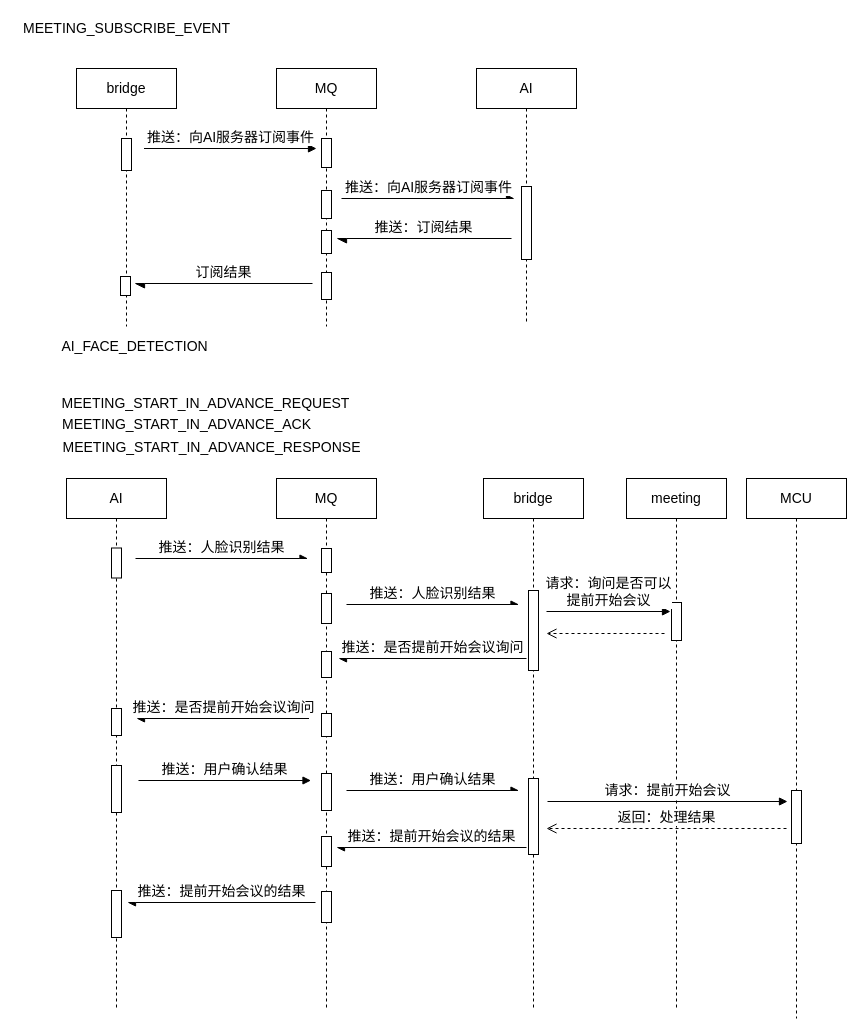
Above: page "提前开始会议" (1 of 3) of AI-meeting/AI-meeting.drawio in waterwatermelon/graph (draw.io), before the change. Source tidied: cells renumbered, new cells numbered last; positions are measured from the earlier drawing's top-left corner, leaving out a move shared by most shapes. Both pictures are drawn from the tidied source at 100%, with x=0, y=0 at pixel (17, 17).
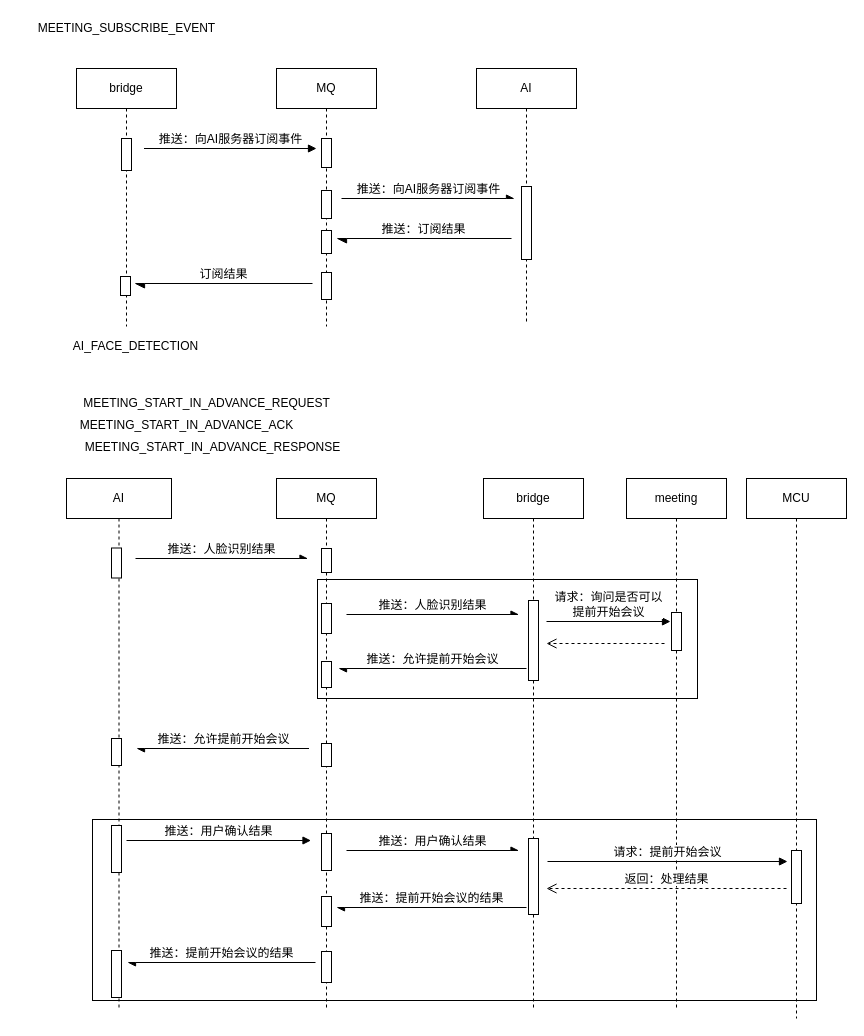
The same page after the edit.

Change to the diagram source:
```diff
@@
+    <mxCell id="53" style="rounded=0;whiteSpace=wrap;html=1;fontSize=12;" parent="1" vertex="1">
+      <mxGeometry x="75" y="802" width="724" height="181" as="geometry" />
+    </mxCell>
+    <mxCell id="54" style="rounded=0;whiteSpace=wrap;html=1;fontSize=12;" parent="1" vertex="1">
+      <mxGeometry x="300" y="562" width="380" height="119" as="geometry" />
+    </mxCell>
-    <mxCell id="2" value="AI" style="shape=umlLifeline;perimeter=lifelinePerimeter;whiteSpace=wrap;html=1;fontSize=14;" parent="1" vertex="1">
+    <mxCell id="2" value="AI" style="shape=umlLifeline;perimeter=lifelinePerimeter;whiteSpace=wrap;html=1;fontSize=12;" parent="1" vertex="1">
       <mxGeometry x="459" y="51" width="100" height="253" as="geometry" />
     </mxCell>
-    <mxCell id="3" style="html=1;perimeter=orthogonalPerimeter;fontSize=14;" parent="2" vertex="1">
+    <mxCell id="3" style="html=1;perimeter=orthogonalPerimeter;fontSize=12;" parent="2" vertex="1">
       <mxGeometry x="45" y="118" width="10" height="73" as="geometry" />
     </mxCell>
-    <mxCell id="4" value="bridge" style="shape=umlLifeline;perimeter=lifelinePerimeter;whiteSpace=wrap;html=1;fontSize=14;" parent="1" vertex="1">
+    <mxCell id="4" value="bridge" style="shape=umlLifeline;perimeter=lifelinePerimeter;whiteSpace=wrap;html=1;fontSize=12;" parent="1" vertex="1">
       <mxGeometry x="59" y="51" width="100" height="258" as="geometry" />
     </mxCell>
-    <mxCell id="5" style="html=1;perimeter=orthogonalPerimeter;fontSize=14;" parent="4" vertex="1">
+    <mxCell id="5" style="html=1;perimeter=orthogonalPerimeter;fontSize=12;" parent="4" vertex="1">
       <mxGeometry x="45" y="70" width="10" height="32" as="geometry" />
     </mxCell>
-    <mxCell id="6" style="html=1;perimeter=orthogonalPerimeter;fontSize=14;" parent="4" vertex="1">
+    <mxCell id="6" style="html=1;perimeter=orthogonalPerimeter;fontSize=12;" parent="4" vertex="1">
       <mxGeometry x="44" y="208" width="10" height="19" as="geometry" />
     </mxCell>
-    <mxCell id="7" value="MQ" style="shape=umlLifeline;perimeter=lifelinePerimeter;whiteSpace=wrap;html=1;fontSize=14;" parent="1" vertex="1">
+    <mxCell id="7" value="MQ" style="shape=umlLifeline;perimeter=lifelinePerimeter;whiteSpace=wrap;html=1;fontSize=12;" parent="1" vertex="1">
       <mxGeometry x="259" y="51" width="100" height="258" as="geometry" />
     </mxCell>
-    <mxCell id="8" style="html=1;perimeter=orthogonalPerimeter;fontSize=14;" parent="7" vertex="1">
+    <mxCell id="8" style="html=1;perimeter=orthogonalPerimeter;fontSize=12;" parent="7" vertex="1">
       <mxGeometry x="45" y="70" width="10" height="29" as="geometry" />
     </mxCell>
-    <mxCell id="9" style="html=1;perimeter=orthogonalPerimeter;fontSize=14;" parent="7" vertex="1">
+    <mxCell id="9" style="html=1;perimeter=orthogonalPerimeter;fontSize=12;" parent="7" vertex="1">
       <mxGeometry x="45" y="122" width="10" height="28" as="geometry" />
     </mxCell>
-    <mxCell id="10" style="html=1;perimeter=orthogonalPerimeter;fontSize=14;" parent="7" vertex="1">
+    <mxCell id="10" style="html=1;perimeter=orthogonalPerimeter;fontSize=12;" parent="7" vertex="1">
       <mxGeometry x="45" y="204" width="10" height="27" as="geometry" />
     </mxCell>
-    <mxCell id="11" style="html=1;perimeter=orthogonalPerimeter;fontSize=14;" parent="7" vertex="1">
+    <mxCell id="11" style="html=1;perimeter=orthogonalPerimeter;fontSize=12;" parent="7" vertex="1">
       <mxGeometry x="45" y="162" width="10" height="23" as="geometry" />
     </mxCell>
-    <mxCell id="12" value="推送：向AI服务器订阅事件" style="html=1;verticalAlign=bottom;endArrow=block;fontSize=14;" parent="1" edge="1">
+    <mxCell id="12" value="推送：向AI服务器订阅事件" style="html=1;verticalAlign=bottom;endArrow=block;fontSize=12;" parent="1" edge="1">
       <mxGeometry relative="1" as="geometry">
         <mxPoint x="126.5" y="131" as="sourcePoint" />
         <mxPoint x="299" y="131" as="targetPoint" />
       </mxGeometry>
     </mxCell>
-    <mxCell id="13" value="推送：向AI服务器订阅事件" style="html=1;verticalAlign=bottom;endArrow=async;fontSize=14;endFill=1;" parent="1" edge="1">
+    <mxCell id="13" value="推送：向AI服务器订阅事件" style="html=1;verticalAlign=bottom;endArrow=async;fontSize=12;endFill=1;" parent="1" edge="1">
       <mxGeometry relative="1" as="geometry">
         <mxPoint x="324" y="181" as="sourcePoint" />
         <mxPoint x="497" y="181" as="targetPoint" />
       </mxGeometry>
     </mxCell>
-    <mxCell id="14" value="推送：订阅结果" style="html=1;verticalAlign=bottom;endArrow=async;endSize=8;fontSize=14;endFill=1;" parent="1" edge="1">
+    <mxCell id="14" value="推送：订阅结果" style="html=1;verticalAlign=bottom;endArrow=async;endSize=8;fontSize=12;endFill=1;" parent="1" edge="1">
       <mxGeometry relative="1" as="geometry">
         <mxPoint x="494" y="221" as="sourcePoint" />
         <mxPoint x="319" y="221" as="targetPoint" />
       </mxGeometry>
     </mxCell>
-    <mxCell id="15" value="订阅结果" style="html=1;verticalAlign=bottom;endArrow=async;endSize=8;fontSize=14;endFill=1;" parent="1" edge="1">
+    <mxCell id="15" value="订阅结果" style="html=1;verticalAlign=bottom;endArrow=async;endSize=8;fontSize=12;endFill=1;" parent="1" edge="1">
       <mxGeometry relative="1" as="geometry">
         <mxPoint x="295" y="266" as="sourcePoint" />
         <mxPoint x="117" y="266" as="targetPoint" />
       </mxGeometry>
     </mxCell>
-    <mxCell id="16" value="AI" style="shape=umlLifeline;perimeter=lifelinePerimeter;whiteSpace=wrap;html=1;fontSize=14;" parent="1" vertex="1">
-      <mxGeometry x="49" y="461" width="100" height="530" as="geometry" />
+    <mxCell id="16" value="AI" style="shape=umlLifeline;perimeter=lifelinePerimeter;whiteSpace=wrap;html=1;fontSize=12;" parent="1" vertex="1">
+      <mxGeometry x="49" y="461" width="105" height="530" as="geometry" />
     </mxCell>
-    <mxCell id="17" style="html=1;perimeter=orthogonalPerimeter;fontSize=14;" parent="16" vertex="1">
+    <mxCell id="17" style="html=1;perimeter=orthogonalPerimeter;fontSize=12;" parent="16" vertex="1">
       <mxGeometry x="45" y="69.5" width="10" height="30" as="geometry" />
     </mxCell>
-    <mxCell id="18" style="html=1;perimeter=orthogonalPerimeter;fontSize=14;" parent="16" vertex="1">
-      <mxGeometry x="45" y="230" width="10" height="27" as="geometry" />
+    <mxCell id="18" style="html=1;perimeter=orthogonalPerimeter;fontSize=12;" parent="16" vertex="1">
+      <mxGeometry x="45" y="260" width="10" height="27" as="geometry" />
     </mxCell>
-    <mxCell id="19" style="html=1;perimeter=orthogonalPerimeter;fontSize=14;" parent="16" vertex="1">
-      <mxGeometry x="45" y="287" width="10" height="47" as="geometry" />
+    <mxCell id="19" style="html=1;perimeter=orthogonalPerimeter;fontSize=12;" parent="16" vertex="1">
+      <mxGeometry x="45" y="347" width="10" height="47" as="geometry" />
     </mxCell>
-    <mxCell id="20" style="html=1;perimeter=orthogonalPerimeter;fontSize=14;" parent="16" vertex="1">
-      <mxGeometry x="45" y="412" width="10" height="47" as="geometry" />
+    <mxCell id="20" style="html=1;perimeter=orthogonalPerimeter;fontSize=12;" parent="16" vertex="1">
+      <mxGeometry x="45" y="472" width="10" height="47" as="geometry" />
     </mxCell>
-    <mxCell id="21" value="bridge" style="shape=umlLifeline;perimeter=lifelinePerimeter;whiteSpace=wrap;html=1;fontSize=14;" parent="1" vertex="1">
+    <mxCell id="21" value="bridge" style="shape=umlLifeline;perimeter=lifelinePerimeter;whiteSpace=wrap;html=1;fontSize=12;" parent="1" vertex="1">
       <mxGeometry x="466" y="461" width="100" height="530" as="geometry" />
     </mxCell>
-    <mxCell id="22" style="html=1;perimeter=orthogonalPerimeter;fontSize=14;" parent="21" vertex="1">
-      <mxGeometry x="45" y="112" width="10" height="80" as="geometry" />
+    <mxCell id="22" style="html=1;perimeter=orthogonalPerimeter;fontSize=12;" parent="21" vertex="1">
+      <mxGeometry x="45" y="122" width="10" height="80" as="geometry" />
     </mxCell>
-    <mxCell id="23" style="html=1;perimeter=orthogonalPerimeter;fontSize=14;" parent="21" vertex="1">
-      <mxGeometry x="45" y="300" width="10" height="76" as="geometry" />
+    <mxCell id="23" style="html=1;perimeter=orthogonalPerimeter;fontSize=12;" parent="21" vertex="1">
+      <mxGeometry x="45" y="360" width="10" height="76" as="geometry" />
     </mxCell>
-    <mxCell id="24" value="MQ" style="shape=umlLifeline;perimeter=lifelinePerimeter;whiteSpace=wrap;html=1;fontSize=14;" parent="1" vertex="1">
+    <mxCell id="24" value="MQ" style="shape=umlLifeline;perimeter=lifelinePerimeter;whiteSpace=wrap;html=1;fontSize=12;" parent="1" vertex="1">
       <mxGeometry x="259" y="461" width="100" height="530" as="geometry" />
     </mxCell>
-    <mxCell id="25" style="html=1;perimeter=orthogonalPerimeter;fontSize=14;" parent="24" vertex="1">
+    <mxCell id="25" style="html=1;perimeter=orthogonalPerimeter;fontSize=12;" parent="24" vertex="1">
       <mxGeometry x="45" y="70" width="10" height="24" as="geometry" />
     </mxCell>
-    <mxCell id="26" style="html=1;perimeter=orthogonalPerimeter;fontSize=14;" parent="24" vertex="1">
-      <mxGeometry x="45" y="173" width="10" height="26" as="geometry" />
+    <mxCell id="26" style="html=1;perimeter=orthogonalPerimeter;fontSize=12;" parent="24" vertex="1">
+      <mxGeometry x="45" y="183" width="10" height="26" as="geometry" />
     </mxCell>
-    <mxCell id="27" style="html=1;perimeter=orthogonalPerimeter;fontSize=14;" parent="24" vertex="1">
-      <mxGeometry x="45" y="235" width="10" height="23" as="geometry" />
+    <mxCell id="27" style="html=1;perimeter=orthogonalPerimeter;fontSize=12;" parent="24" vertex="1">
+      <mxGeometry x="45" y="265" width="10" height="23" as="geometry" />
     </mxCell>
-    <mxCell id="28" style="html=1;perimeter=orthogonalPerimeter;fontSize=14;" parent="24" vertex="1">
-      <mxGeometry x="45" y="295" width="10" height="37" as="geometry" />
+    <mxCell id="28" style="html=1;perimeter=orthogonalPerimeter;fontSize=12;" parent="24" vertex="1">
+      <mxGeometry x="45" y="355" width="10" height="37" as="geometry" />
     </mxCell>
-    <mxCell id="29" style="html=1;perimeter=orthogonalPerimeter;fontSize=14;" parent="24" vertex="1">
-      <mxGeometry x="45" y="115" width="10" height="30" as="geometry" />
+    <mxCell id="29" style="html=1;perimeter=orthogonalPerimeter;fontSize=12;" parent="24" vertex="1">
+      <mxGeometry x="45" y="125" width="10" height="30" as="geometry" />
     </mxCell>
-    <mxCell id="30" style="html=1;perimeter=orthogonalPerimeter;fontSize=14;" parent="24" vertex="1">
-      <mxGeometry x="45" y="358" width="10" height="30" as="geometry" />
+    <mxCell id="30" style="html=1;perimeter=orthogonalPerimeter;fontSize=12;" parent="24" vertex="1">
+      <mxGeometry x="45" y="418" width="10" height="30" as="geometry" />
     </mxCell>
-    <mxCell id="31" style="html=1;perimeter=orthogonalPerimeter;fontSize=14;" parent="24" vertex="1">
-      <mxGeometry x="45" y="413" width="10" height="31" as="geometry" />
+    <mxCell id="31" style="html=1;perimeter=orthogonalPerimeter;fontSize=12;" parent="24" vertex="1">
+      <mxGeometry x="45" y="473" width="10" height="31" as="geometry" />
     </mxCell>
-    <mxCell id="32" value="meeting" style="shape=umlLifeline;perimeter=lifelinePerimeter;whiteSpace=wrap;html=1;fontSize=14;" parent="1" vertex="1">
+    <mxCell id="32" value="meeting" style="shape=umlLifeline;perimeter=lifelinePerimeter;whiteSpace=wrap;html=1;fontSize=12;" parent="1" vertex="1">
       <mxGeometry x="609" y="461" width="100" height="530" as="geometry" />
     </mxCell>
-    <mxCell id="33" style="html=1;perimeter=orthogonalPerimeter;fontSize=14;" parent="32" vertex="1">
-      <mxGeometry x="45" y="124" width="10" height="38" as="geometry" />
+    <mxCell id="33" style="html=1;perimeter=orthogonalPerimeter;fontSize=12;" parent="32" vertex="1">
+      <mxGeometry x="45" y="134" width="10" height="38" as="geometry" />
     </mxCell>
-    <mxCell id="34" value="推送：人脸识别结果" style="html=1;verticalAlign=bottom;endArrow=async;fontSize=14;endFill=1;" parent="1" edge="1">
+    <mxCell id="34" value="推送：人脸识别结果" style="html=1;verticalAlign=bottom;endArrow=async;fontSize=12;endFill=1;" parent="1" edge="1">
       <mxGeometry relative="1" as="geometry">
         <mxPoint x="118" y="541" as="sourcePoint" />
         <mxPoint x="290.5" y="541" as="targetPoint" />
       </mxGeometry>
     </mxCell>
-    <mxCell id="35" value="推送：人脸识别结果" style="html=1;verticalAlign=bottom;endArrow=async;fontSize=14;endFill=1;" parent="1" edge="1">
+    <mxCell id="35" value="推送：人脸识别结果" style="html=1;verticalAlign=bottom;endArrow=async;fontSize=12;endFill=1;" parent="1" edge="1">
       <mxGeometry relative="1" as="geometry">
-        <mxPoint x="329" y="587" as="sourcePoint" />
-        <mxPoint x="501.5" y="587" as="targetPoint" />
+        <mxPoint x="329" y="597" as="sourcePoint" />
+        <mxPoint x="501.5" y="597" as="targetPoint" />
       </mxGeometry>
     </mxCell>
-    <mxCell id="36" value="请求：询问是否可以&lt;br&gt;提前开始会议" style="html=1;verticalAlign=bottom;endArrow=block;fontSize=14;" parent="1" edge="1">
+    <mxCell id="36" value="请求：询问是否可以&lt;br style=&quot;font-size: 12px;&quot;&gt;提前开始会议" style="html=1;verticalAlign=bottom;endArrow=block;fontSize=12;" parent="1" edge="1">
       <mxGeometry relative="1" as="geometry">
-        <mxPoint x="529" y="594" as="sourcePoint" />
-        <mxPoint x="653" y="594" as="targetPoint" />
+        <mxPoint x="529" y="604" as="sourcePoint" />
+        <mxPoint x="653" y="604" as="targetPoint" />
       </mxGeometry>
     </mxCell>
-    <mxCell id="37" style="html=1;verticalAlign=bottom;endArrow=open;dashed=1;endSize=8;fontSize=14;" parent="1" edge="1">
+    <mxCell id="37" style="html=1;verticalAlign=bottom;endArrow=open;dashed=1;endSize=8;fontSize=12;" parent="1" edge="1">
       <mxGeometry relative="1" as="geometry">
-        <mxPoint x="647" y="616" as="sourcePoint" />
-        <mxPoint x="529" y="616" as="targetPoint" />
+        <mxPoint x="647" y="626" as="sourcePoint" />
+        <mxPoint x="529" y="626" as="targetPoint" />
       </mxGeometry>
     </mxCell>
-    <mxCell id="38" value="推送：是否提前开始会议询问" style="html=1;verticalAlign=bottom;endArrow=async;fontSize=14;endFill=1;" parent="1" edge="1">
+    <mxCell id="38" value="推送：允许提前开始会议" style="html=1;verticalAlign=bottom;endArrow=async;fontSize=12;endFill=1;" parent="1" edge="1">
       <mxGeometry relative="1" as="geometry">
-        <mxPoint x="509" y="641" as="sourcePoint" />
-        <mxPoint x="321" y="641" as="targetPoint" />
+        <mxPoint x="509" y="651" as="sourcePoint" />
+        <mxPoint x="321" y="651" as="targetPoint" />
       </mxGeometry>
     </mxCell>
-    <mxCell id="39" value="推送：是否提前开始会议询问" style="html=1;verticalAlign=bottom;endArrow=async;fontSize=14;endFill=1;" parent="1" edge="1">
+    <mxCell id="39" value="推送：允许提前开始会议" style="html=1;verticalAlign=bottom;endArrow=async;fontSize=12;endFill=1;" parent="1" edge="1">
       <mxGeometry relative="1" as="geometry">
-        <mxPoint x="291.5" y="701" as="sourcePoint" />
-        <mxPoint x="119" y="701" as="targetPoint" />
+        <mxPoint x="291.5" y="731" as="sourcePoint" />
+        <mxPoint x="119" y="731" as="targetPoint" />
       </mxGeometry>
     </mxCell>
-    <mxCell id="40" value="推送：用户确认结果" style="html=1;verticalAlign=bottom;endArrow=async;fontSize=14;endFill=1;" parent="1" edge="1">
+    <mxCell id="40" value="推送：用户确认结果" style="html=1;verticalAlign=bottom;endArrow=async;fontSize=12;endFill=1;" parent="1" edge="1">
       <mxGeometry relative="1" as="geometry">
-        <mxPoint x="329" y="773" as="sourcePoint" />
-        <mxPoint x="501.5" y="773" as="targetPoint" />
+        <mxPoint x="329" y="833" as="sourcePoint" />
+        <mxPoint x="501.5" y="833" as="targetPoint" />
       </mxGeometry>
     </mxCell>
-    <mxCell id="41" value="MCU" style="shape=umlLifeline;perimeter=lifelinePerimeter;whiteSpace=wrap;html=1;fontSize=14;" parent="1" vertex="1">
+    <mxCell id="41" value="MCU" style="shape=umlLifeline;perimeter=lifelinePerimeter;whiteSpace=wrap;html=1;fontSize=12;" parent="1" vertex="1">
       <mxGeometry x="729" y="461" width="100" height="540" as="geometry" />
     </mxCell>
-    <mxCell id="42" style="html=1;perimeter=orthogonalPerimeter;fontSize=14;" parent="41" vertex="1">
-      <mxGeometry x="45" y="312" width="10" height="53" as="geometry" />
+    <mxCell id="42" style="html=1;perimeter=orthogonalPerimeter;fontSize=12;" parent="41" vertex="1">
+      <mxGeometry x="45" y="372" width="10" height="53" as="geometry" />
     </mxCell>
-    <mxCell id="43" value="请求：提前开始会议" style="html=1;verticalAlign=bottom;endArrow=block;fontSize=14;" parent="1" edge="1">
+    <mxCell id="43" value="请求：提前开始会议" style="html=1;verticalAlign=bottom;endArrow=block;fontSize=12;" parent="1" edge="1">
       <mxGeometry relative="1" as="geometry">
-        <mxPoint x="530" y="784" as="sourcePoint" />
-        <mxPoint x="770" y="784" as="targetPoint" />
+        <mxPoint x="530" y="844" as="sourcePoint" />
+        <mxPoint x="770" y="844" as="targetPoint" />
       </mxGeometry>
     </mxCell>
-    <mxCell id="44" value="返回：处理结果" style="html=1;verticalAlign=bottom;endArrow=open;dashed=1;endSize=8;fontSize=14;" parent="1" edge="1">
+    <mxCell id="44" value="返回：处理结果" style="html=1;verticalAlign=bottom;endArrow=open;dashed=1;endSize=8;fontSize=12;" parent="1" edge="1">
       <mxGeometry relative="1" as="geometry">
-        <mxPoint x="769" y="811" as="sourcePoint" />
-        <mxPoint x="529" y="811" as="targetPoint" />
+        <mxPoint x="769" y="871" as="sourcePoint" />
+        <mxPoint x="529" y="871" as="targetPoint" />
       </mxGeometry>
     </mxCell>
-    <mxCell id="45" value="推送：提前开始会议的结果" style="html=1;verticalAlign=bottom;endArrow=async;fontSize=14;endFill=1;" parent="1" edge="1">
+    <mxCell id="45" value="推送：提前开始会议的结果" style="html=1;verticalAlign=bottom;endArrow=async;fontSize=12;endFill=1;" parent="1" edge="1">
       <mxGeometry relative="1" as="geometry">
-        <mxPoint x="509" y="830" as="sourcePoint" />
-        <mxPoint x="319" y="830" as="targetPoint" />
+        <mxPoint x="509" y="890" as="sourcePoint" />
+        <mxPoint x="319" y="890" as="targetPoint" />
       </mxGeometry>
     </mxCell>
-    <mxCell id="46" value="推送：提前开始会议的结果" style="html=1;verticalAlign=bottom;endArrow=async;fontSize=14;endFill=1;" parent="1" edge="1">
+    <mxCell id="46" value="推送：提前开始会议的结果" style="html=1;verticalAlign=bottom;endArrow=async;fontSize=12;endFill=1;" parent="1" edge="1">
       <mxGeometry relative="1" as="geometry">
-        <mxPoint x="298" y="885" as="sourcePoint" />
-        <mxPoint x="110" y="885" as="targetPoint" />
+        <mxPoint x="298" y="945" as="sourcePoint" />
+        <mxPoint x="110" y="945" as="targetPoint" />
       </mxGeometry>
     </mxCell>
-    <mxCell id="47" value="MEETING_SUBSCRIBE_EVENT" style="text;html=1;align=center;verticalAlign=middle;fontSize=14;" parent="1" vertex="1">
-      <mxGeometry width="217" height="21" as="geometry" />
+    <mxCell id="47" value="MEETING_SUBSCRIBE_EVENT" style="text;html=1;align=center;verticalAlign=middle;fontSize=12;" parent="1" vertex="1">
+      <mxGeometry x="15" y="2" width="187" height="18" as="geometry" />
     </mxCell>
-    <mxCell id="48" value="AI_FACE_DETECTION" style="text;html=1;align=center;verticalAlign=middle;fontSize=14;" parent="1" vertex="1">
-      <mxGeometry x="39" y="318" width="156" height="21" as="geometry" />
+    <mxCell id="48" value="AI_FACE_DETECTION" style="text;html=1;align=center;verticalAlign=middle;fontSize=12;" parent="1" vertex="1">
+      <mxGeometry x="50" y="320" width="135" height="18" as="geometry" />
     </mxCell>
-    <mxCell id="49" value="MEETING_START_IN_ADVANCE_REQUEST" style="text;html=1;align=center;verticalAlign=middle;fontSize=14;" parent="1" vertex="1">
-      <mxGeometry x="39" y="375" width="298" height="21" as="geometry" />
+    <mxCell id="49" value="MEETING_START_IN_ADVANCE_REQUEST" style="text;html=1;align=center;verticalAlign=middle;fontSize=12;" parent="1" vertex="1">
+      <mxGeometry x="60" y="377" width="257" height="18" as="geometry" />
     </mxCell>
-    <mxCell id="50" value="MEETING_START_IN_ADVANCE_ACK" style="text;html=1;align=center;verticalAlign=middle;fontSize=14;" parent="1" vertex="1">
-      <mxGeometry x="39" y="396.5" width="259" height="21" as="geometry" />
+    <mxCell id="50" value="MEETING_START_IN_ADVANCE_ACK" style="text;html=1;align=center;verticalAlign=middle;fontSize=12;" parent="1" vertex="1">
+      <mxGeometry x="57" y="398.5" width="223" height="18" as="geometry" />
     </mxCell>
-    <mxCell id="51" value="MEETING_START_IN_ADVANCE_RESPONSE" style="text;html=1;align=center;verticalAlign=middle;fontSize=14;" parent="1" vertex="1">
-      <mxGeometry x="40" y="419" width="308" height="21" as="geometry" />
+    <mxCell id="51" value="MEETING_START_IN_ADVANCE_RESPONSE" style="text;html=1;align=center;verticalAlign=middle;fontSize=12;" parent="1" vertex="1">
+      <mxGeometry x="62" y="421" width="265" height="18" as="geometry" />
     </mxCell>
-    <mxCell id="52" value="推送：用户确认结果" style="html=1;verticalAlign=bottom;endArrow=block;fontSize=14;" parent="1" edge="1">
+    <mxCell id="52" value="推送：用户确认结果" style="html=1;verticalAlign=bottom;endArrow=block;fontSize=12;" parent="1" edge="1">
       <mxGeometry relative="1" as="geometry">
-        <mxPoint x="121" y="763" as="sourcePoint" />
-        <mxPoint x="293.5" y="763" as="targetPoint" />
+        <mxPoint x="109" y="823" as="sourcePoint" />
+        <mxPoint x="293.5" y="823" as="targetPoint" />
       </mxGeometry>
     </mxCell>
```
